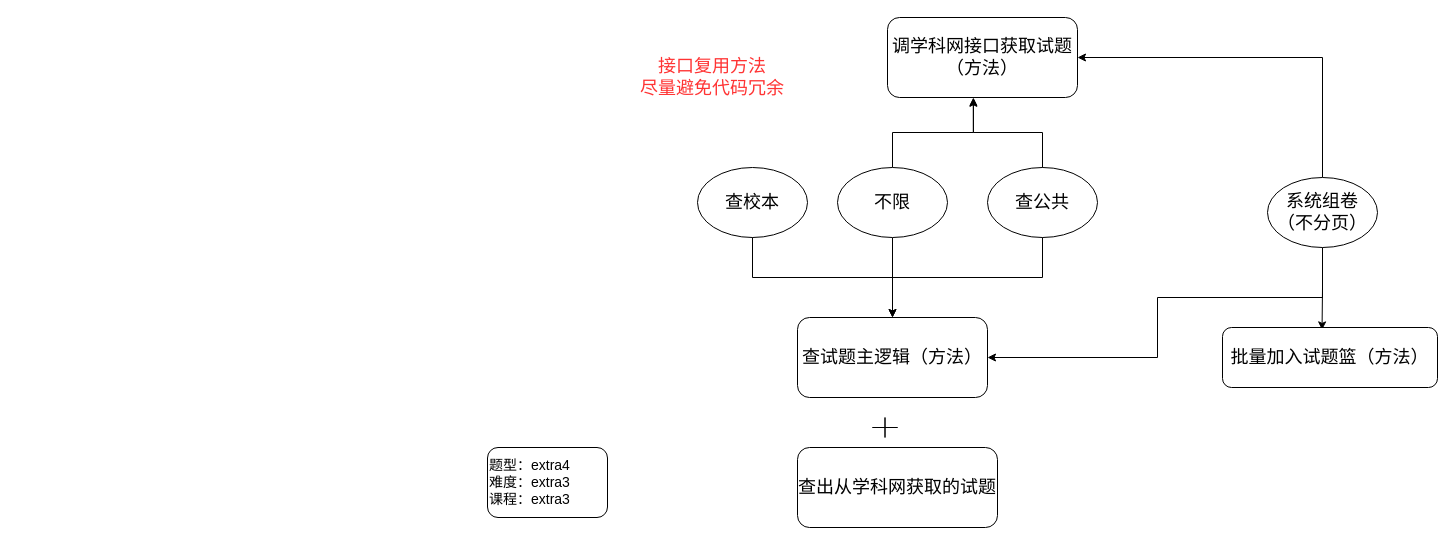
Before: img/试题查询相关功能.drawio in li-fenglei/pic-bed, a draw.io diagram. Source tidied: cells renumbered, new cells numbered last; positions are measured from the earlier drawing's top-left corner, leaving out a move shared by most shapes. Both pictures are drawn from the tidied source at 100%, with x=0, y=0 at pixel (487, 17).
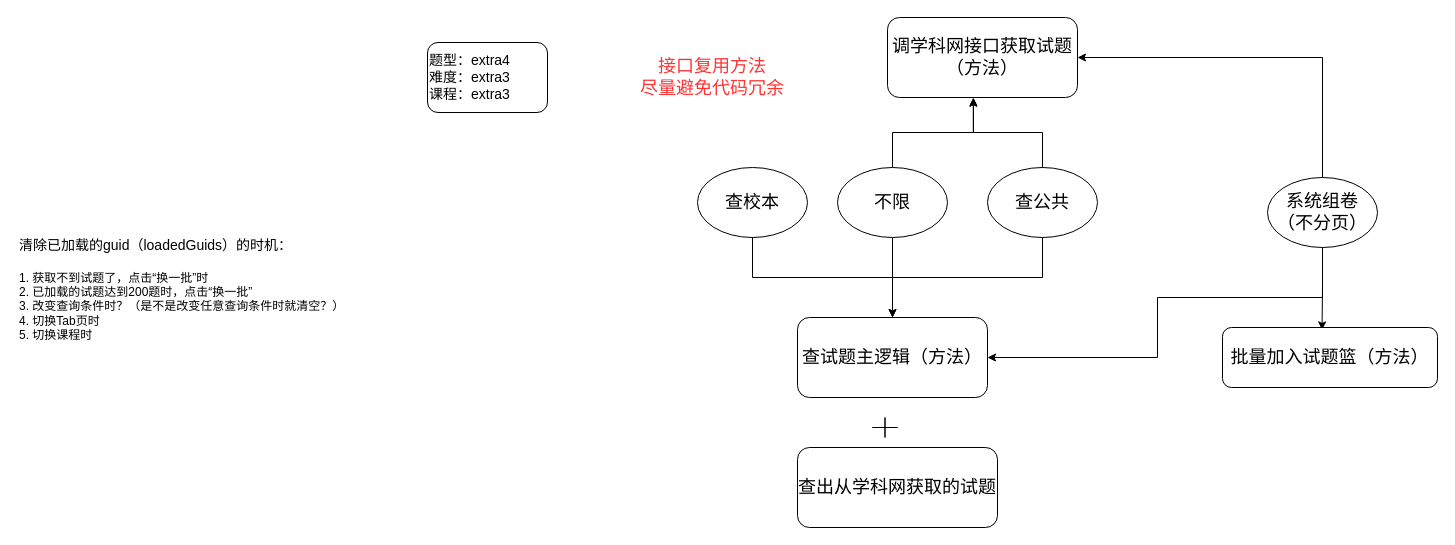
After the change.

Commit message:
更新试题查询相关功能.drawio

What changed in the source:
```diff
@@
     <mxCell id="18" value="&lt;font style=&quot;font-size: 14px;&quot;&gt;题型：extra4&lt;br&gt;难度：extra3&lt;br&gt;课程：extra3&lt;/font&gt;" style="rounded=1;whiteSpace=wrap;html=1;align=left;" parent="1" vertex="1">
-      <mxGeometry y="430" width="120" height="70" as="geometry" />
+      <mxGeometry x="-60" y="25" width="120" height="70" as="geometry" />
     </mxCell>
@@
+    <mxCell id="21" value="&lt;h2 style=&quot;margin-top: 0px;&quot;&gt;&lt;span style=&quot;font-weight: 400;&quot;&gt;&lt;font style=&quot;font-size: 14px;&quot;&gt;清除已加载的guid（loadedGuids）的时机：&lt;/font&gt;&lt;/span&gt;&lt;/h2&gt;&lt;p&gt;1. 获取不到试题了，点击“换一批”时&lt;br&gt;2. 已加载的试题达到200题时，点击“换一批”&lt;br&gt;3. 改变查询条件时？（是不是改变任意查询条件时就清空？）&lt;br&gt;4. 切换Tab页时&lt;br&gt;5. 切换课程时&lt;/p&gt;" style="text;html=1;whiteSpace=wrap;overflow=hidden;rounded=0;" parent="1" vertex="1">
+      <mxGeometry x="-470" y="210" width="390" height="120" as="geometry" />
+    </mxCell>
```
